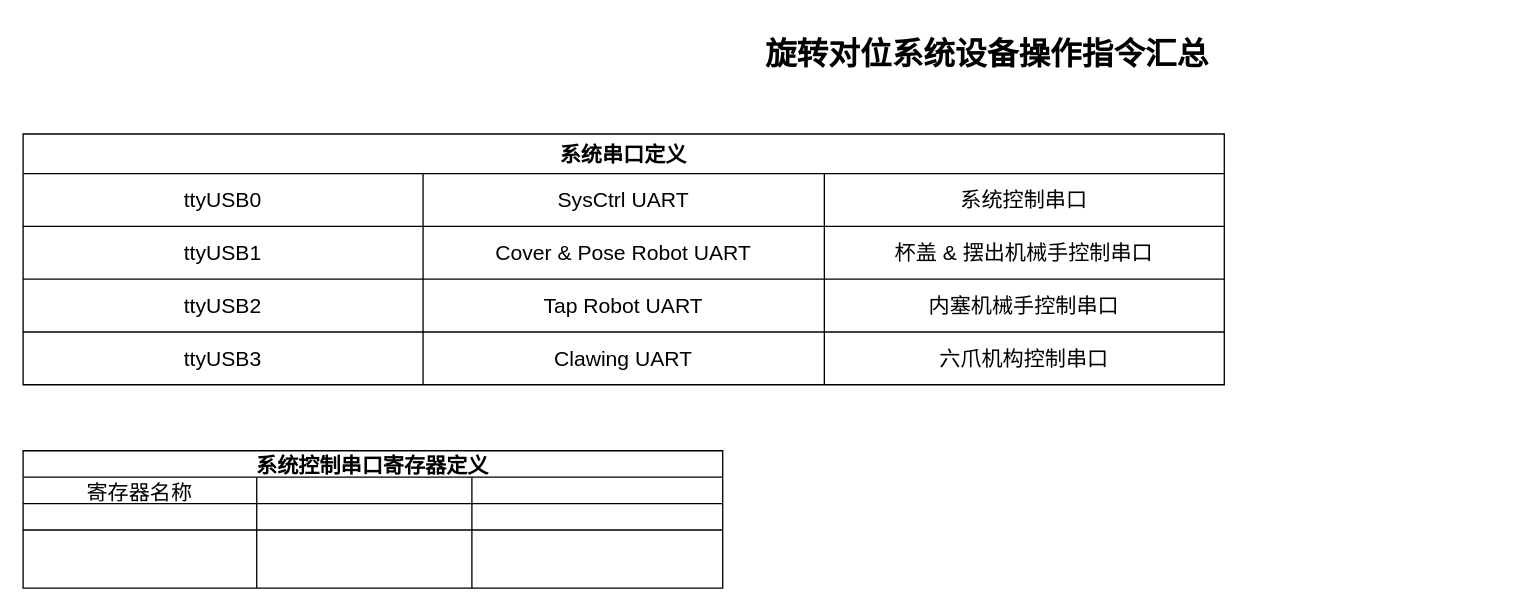
FalconARDev2018/falcon_mc6s16_v10r00 keeps this draw.io diagram as 旋转对位系统设备指令汇总.drawio. Above is the earlier version. Source tidied: cells renumbered, new cells numbered last; positions are measured from the earlier drawing's top-left corner, leaving out a move shared by most shapes. Both pictures are drawn from the tidied source at 132%, with x=0, y=0 at pixel (22, 28).
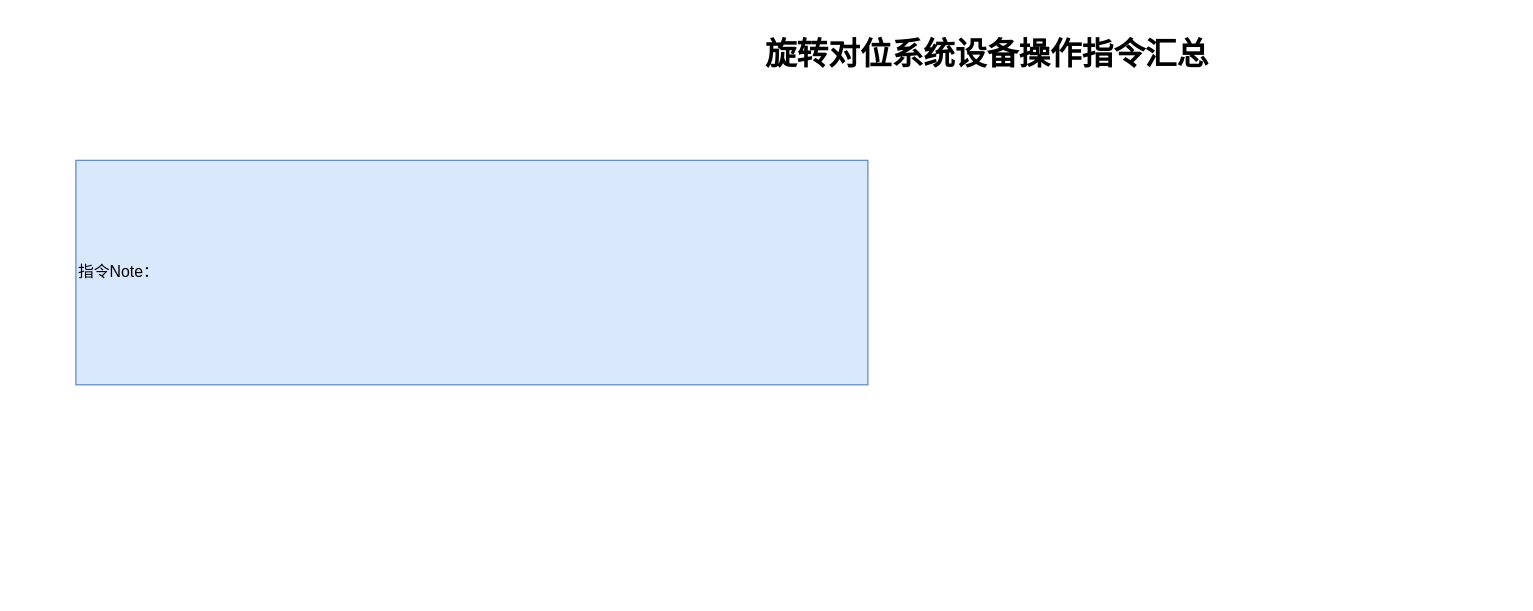
The same diagram, later.

Commit message (it also covers changes not shown here):
更新旋转对位系统设备指令汇总.drawio

What changed in the source:
```diff
@@
-    <mxCell id="3" value="系统串口定义" style="shape=table;startSize=30;childLayout=tableLayout;strokeColor=default;fontSize=16;fontStyle=1;" parent="1" vertex="1">
-      <mxGeometry y="80" width="910" height="190" as="geometry" />
-    </mxCell>
-    <mxCell id="4" style="shape=tableRow;horizontal=0;startSize=0;swimlaneHead=0;swimlaneBody=0;strokeColor=inherit;top=0;left=0;bottom=0;right=0;fillColor=none;fontSize=16;" parent="3" vertex="1">
-      <mxGeometry y="30" width="910" height="40" as="geometry" />
-    </mxCell>
-    <mxCell id="5" value="ttyUSB0" style="shape=partialRectangle;html=1;whiteSpace=wrap;strokeColor=inherit;overflow=hidden;fillColor=none;top=0;left=0;bottom=0;right=0;fontSize=16;" parent="4" vertex="1">
-      <mxGeometry width="303" height="40" as="geometry" />
-    </mxCell>
-    <mxCell id="6" value="SysCtrl UART" style="shape=partialRectangle;html=1;whiteSpace=wrap;strokeColor=inherit;overflow=hidden;fillColor=none;top=0;left=0;bottom=0;right=0;fontSize=16;" parent="4" vertex="1">
-      <mxGeometry x="303" width="304" height="40" as="geometry" />
-    </mxCell>
-    <mxCell id="7" value="系统控制串口" style="shape=partialRectangle;html=1;whiteSpace=wrap;strokeColor=inherit;overflow=hidden;fillColor=none;top=0;left=0;bottom=0;right=0;fontSize=16;" parent="4" vertex="1">
-      <mxGeometry x="607" width="303" height="40" as="geometry" />
-    </mxCell>
-    <mxCell id="8" style="shape=tableRow;horizontal=0;startSize=0;swimlaneHead=0;swimlaneBody=0;strokeColor=inherit;top=0;left=0;bottom=0;right=0;fillColor=none;fontSize=16;" parent="3" vertex="1">
-      <mxGeometry y="70" width="910" height="40" as="geometry" />
-    </mxCell>
-    <mxCell id="9" value="ttyUSB1" style="shape=partialRectangle;html=1;whiteSpace=wrap;strokeColor=inherit;overflow=hidden;fillColor=none;top=0;left=0;bottom=0;right=0;fontSize=16;" parent="8" vertex="1">
-      <mxGeometry width="303" height="40" as="geometry" />
-    </mxCell>
-    <mxCell id="10" value="Cover &amp;amp; Pose Robot UART" style="shape=partialRectangle;html=1;whiteSpace=wrap;strokeColor=inherit;overflow=hidden;fillColor=none;top=0;left=0;bottom=0;right=0;fontSize=16;" parent="8" vertex="1">
-      <mxGeometry x="303" width="304" height="40" as="geometry" />
-    </mxCell>
-    <mxCell id="11" value="杯盖 &amp;amp; 摆出机械手控制串口" style="shape=partialRectangle;html=1;whiteSpace=wrap;strokeColor=inherit;overflow=hidden;fillColor=none;top=0;left=0;bottom=0;right=0;fontSize=16;" parent="8" vertex="1">
-      <mxGeometry x="607" width="303" height="40" as="geometry" />
-    </mxCell>
-    <mxCell id="12" style="shape=tableRow;horizontal=0;startSize=0;swimlaneHead=0;swimlaneBody=0;strokeColor=inherit;top=0;left=0;bottom=0;right=0;fillColor=none;fontSize=16;" parent="3" vertex="1">
-      <mxGeometry y="110" width="910" height="40" as="geometry" />
-    </mxCell>
-    <mxCell id="13" value="ttyUSB2" style="shape=partialRectangle;html=1;whiteSpace=wrap;strokeColor=inherit;overflow=hidden;fillColor=none;top=0;left=0;bottom=0;right=0;fontSize=16;" parent="12" vertex="1">
-      <mxGeometry width="303" height="40" as="geometry" />
-    </mxCell>
-    <mxCell id="14" value="Tap Robot UART" style="shape=partialRectangle;html=1;whiteSpace=wrap;strokeColor=inherit;overflow=hidden;fillColor=none;top=0;left=0;bottom=0;right=0;fontSize=16;" parent="12" vertex="1">
-      <mxGeometry x="303" width="304" height="40" as="geometry" />
-    </mxCell>
-    <mxCell id="15" value="内塞机械手控制串口" style="shape=partialRectangle;html=1;whiteSpace=wrap;strokeColor=inherit;overflow=hidden;fillColor=none;top=0;left=0;bottom=0;right=0;fontSize=16;" parent="12" vertex="1">
-      <mxGeometry x="607" width="303" height="40" as="geometry" />
-    </mxCell>
-    <mxCell id="16" style="shape=tableRow;horizontal=0;startSize=0;swimlaneHead=0;swimlaneBody=0;strokeColor=inherit;top=0;left=0;bottom=0;right=0;fillColor=none;fontSize=16;" parent="3" vertex="1">
-      <mxGeometry y="150" width="910" height="40" as="geometry" />
-    </mxCell>
-    <mxCell id="17" value="ttyUSB3" style="shape=partialRectangle;html=1;whiteSpace=wrap;strokeColor=inherit;overflow=hidden;fillColor=none;top=0;left=0;bottom=0;right=0;fontSize=16;" parent="16" vertex="1">
-      <mxGeometry width="303" height="40" as="geometry" />
-    </mxCell>
-    <mxCell id="18" value="Clawing UART" style="shape=partialRectangle;html=1;whiteSpace=wrap;strokeColor=inherit;overflow=hidden;fillColor=none;top=0;left=0;bottom=0;right=0;fontSize=16;" parent="16" vertex="1">
-      <mxGeometry x="303" width="304" height="40" as="geometry" />
-    </mxCell>
-    <mxCell id="19" value="六爪机构控制串口" style="shape=partialRectangle;html=1;whiteSpace=wrap;strokeColor=inherit;overflow=hidden;fillColor=none;top=0;left=0;bottom=0;right=0;fontSize=16;" parent="16" vertex="1">
-      <mxGeometry x="607" width="303" height="40" as="geometry" />
-    </mxCell>
-    <mxCell id="20" value="系统控制串口寄存器定义" style="shape=table;startSize=20;childLayout=tableLayout;strokeColor=default;fontSize=16;fontStyle=1;" parent="1" vertex="1">
-      <mxGeometry y="320" width="530" height="104" as="geometry" />
-    </mxCell>
-    <mxCell id="21" style="shape=tableRow;horizontal=0;startSize=0;swimlaneHead=0;swimlaneBody=0;strokeColor=inherit;top=0;left=0;bottom=0;right=0;fillColor=none;fontSize=16;" parent="20" vertex="1">
-      <mxGeometry y="20" width="530" height="20" as="geometry" />
-    </mxCell>
-    <mxCell id="22" value="寄存器名称" style="shape=partialRectangle;html=1;whiteSpace=wrap;strokeColor=inherit;overflow=hidden;fillColor=none;top=0;left=0;bottom=0;right=0;fontSize=16;" parent="21" vertex="1">
-      <mxGeometry width="177" height="20" as="geometry" />
-    </mxCell>
-    <mxCell id="23" style="shape=partialRectangle;html=1;whiteSpace=wrap;strokeColor=inherit;overflow=hidden;fillColor=none;top=0;left=0;bottom=0;right=0;fontSize=16;" parent="21" vertex="1">
-      <mxGeometry x="177" width="163" height="20" as="geometry" />
-    </mxCell>
-    <mxCell id="24" style="shape=partialRectangle;html=1;whiteSpace=wrap;strokeColor=inherit;overflow=hidden;fillColor=none;top=0;left=0;bottom=0;right=0;fontSize=16;" parent="21" vertex="1">
-      <mxGeometry x="340" width="190" height="20" as="geometry" />
-    </mxCell>
-    <mxCell id="25" style="shape=tableRow;horizontal=0;startSize=0;swimlaneHead=0;swimlaneBody=0;strokeColor=inherit;top=0;left=0;bottom=0;right=0;fillColor=none;fontSize=16;" parent="20" vertex="1">
-      <mxGeometry y="40" width="530" height="20" as="geometry" />
-    </mxCell>
-    <mxCell id="26" style="shape=partialRectangle;html=1;whiteSpace=wrap;strokeColor=inherit;overflow=hidden;fillColor=none;top=0;left=0;bottom=0;right=0;fontSize=16;" parent="25" vertex="1">
-      <mxGeometry width="177" height="20" as="geometry" />
-    </mxCell>
-    <mxCell id="27" style="shape=partialRectangle;html=1;whiteSpace=wrap;strokeColor=inherit;overflow=hidden;fillColor=none;top=0;left=0;bottom=0;right=0;fontSize=16;" parent="25" vertex="1">
-      <mxGeometry x="177" width="163" height="20" as="geometry" />
-    </mxCell>
-    <mxCell id="28" style="shape=partialRectangle;html=1;whiteSpace=wrap;strokeColor=inherit;overflow=hidden;fillColor=none;top=0;left=0;bottom=0;right=0;fontSize=16;" parent="25" vertex="1">
-      <mxGeometry x="340" width="190" height="20" as="geometry" />
-    </mxCell>
-    <mxCell id="29" style="shape=tableRow;horizontal=0;startSize=0;swimlaneHead=0;swimlaneBody=0;strokeColor=inherit;top=0;left=0;bottom=0;right=0;fillColor=none;fontSize=16;" parent="20" vertex="1">
-      <mxGeometry y="60" width="530" height="44" as="geometry" />
-    </mxCell>
-    <mxCell id="30" style="shape=partialRectangle;html=1;whiteSpace=wrap;strokeColor=inherit;overflow=hidden;fillColor=none;top=0;left=0;bottom=0;right=0;fontSize=16;" parent="29" vertex="1">
-      <mxGeometry width="177" height="44" as="geometry" />
-    </mxCell>
-    <mxCell id="31" style="shape=partialRectangle;html=1;whiteSpace=wrap;strokeColor=inherit;overflow=hidden;fillColor=none;top=0;left=0;bottom=0;right=0;fontSize=16;" parent="29" vertex="1">
-      <mxGeometry x="177" width="163" height="44" as="geometry" />
-    </mxCell>
-    <mxCell id="32" style="shape=partialRectangle;html=1;whiteSpace=wrap;strokeColor=inherit;overflow=hidden;fillColor=none;top=0;left=0;bottom=0;right=0;fontSize=16;" parent="29" vertex="1">
-      <mxGeometry x="340" width="190" height="44" as="geometry" />
-    </mxCell>
+    <mxCell id="33" value="&lt;div align=&quot;left&quot;&gt;指令Note：&lt;br&gt;&lt;/div&gt;" style="rounded=0;whiteSpace=wrap;html=1;fillColor=#dae8fc;strokeColor=#6c8ebf;align=left;" parent="1" vertex="1">
+      <mxGeometry x="40" y="100" width="600" height="170" as="geometry" />
+    </mxCell>
```
